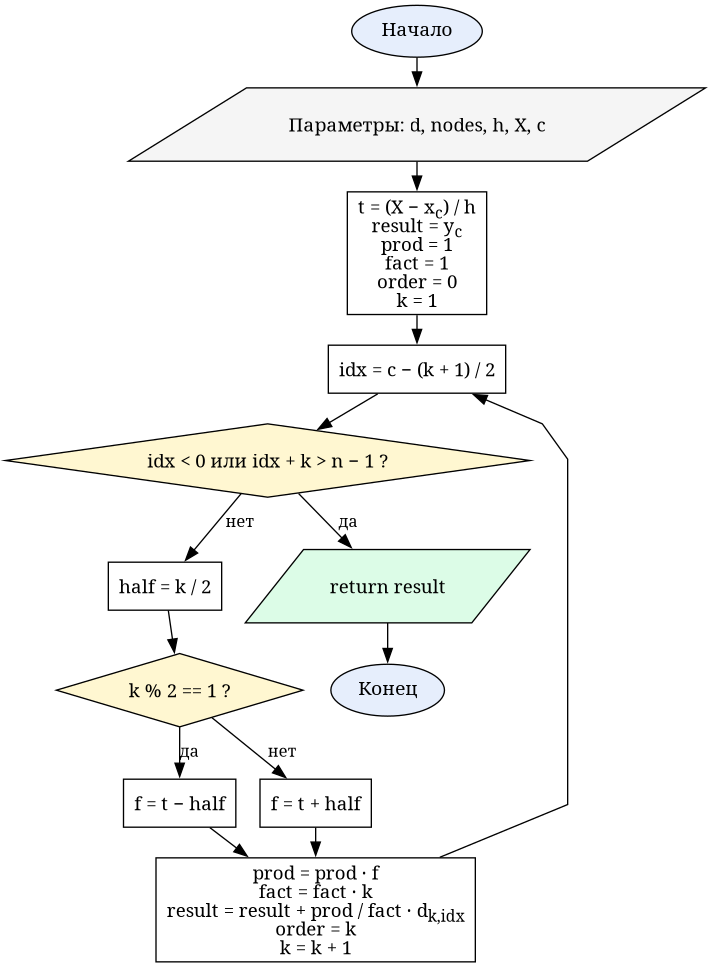
This is reports/resources/flowcharts/lab5_gauss2.png from Oriptal/calc-math-lab2, a Graphviz export, as it was before one commit. Its source is kept beside it as reports/resources/flowcharts/lab5_gauss2.dot.
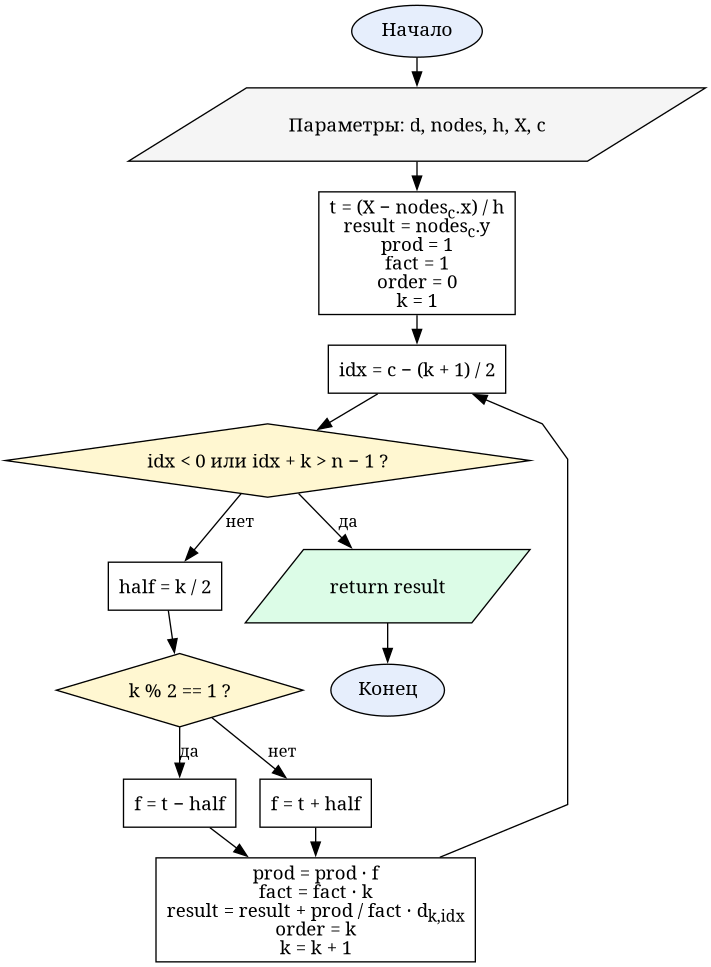
After the change.

The edit, as a diff of the source:
```diff
@@ -5,7 +5,7 @@
 
   start  [label="Начало", shape=oval, fillcolor="#e6eefc"]
   input  [label=<Параметры: d, nodes, h, X, c>, shape=parallelogram, fillcolor="#f5f5f5"]
-  init   [label=<t = (X − x<SUB>c</SUB>) / h<BR/>result = y<SUB>c</SUB><BR/>prod = 1<BR/>fact = 1<BR/>order = 0<BR/>k = 1>, shape=box]
+  init   [label=<t = (X − nodes<SUB>c</SUB>.x) / h<BR/>result = nodes<SUB>c</SUB>.y<BR/>prod = 1<BR/>fact = 1<BR/>order = 0<BR/>k = 1>, shape=box]
   idx    [label=<idx = c − (k + 1) / 2>, shape=box]
   chka   [label=<idx &lt; 0 или idx + k &gt; n − 1 ?>, shape=diamond, fillcolor="#fff7d1"]
   half   [label=<half = k / 2>, shape=box]
```
